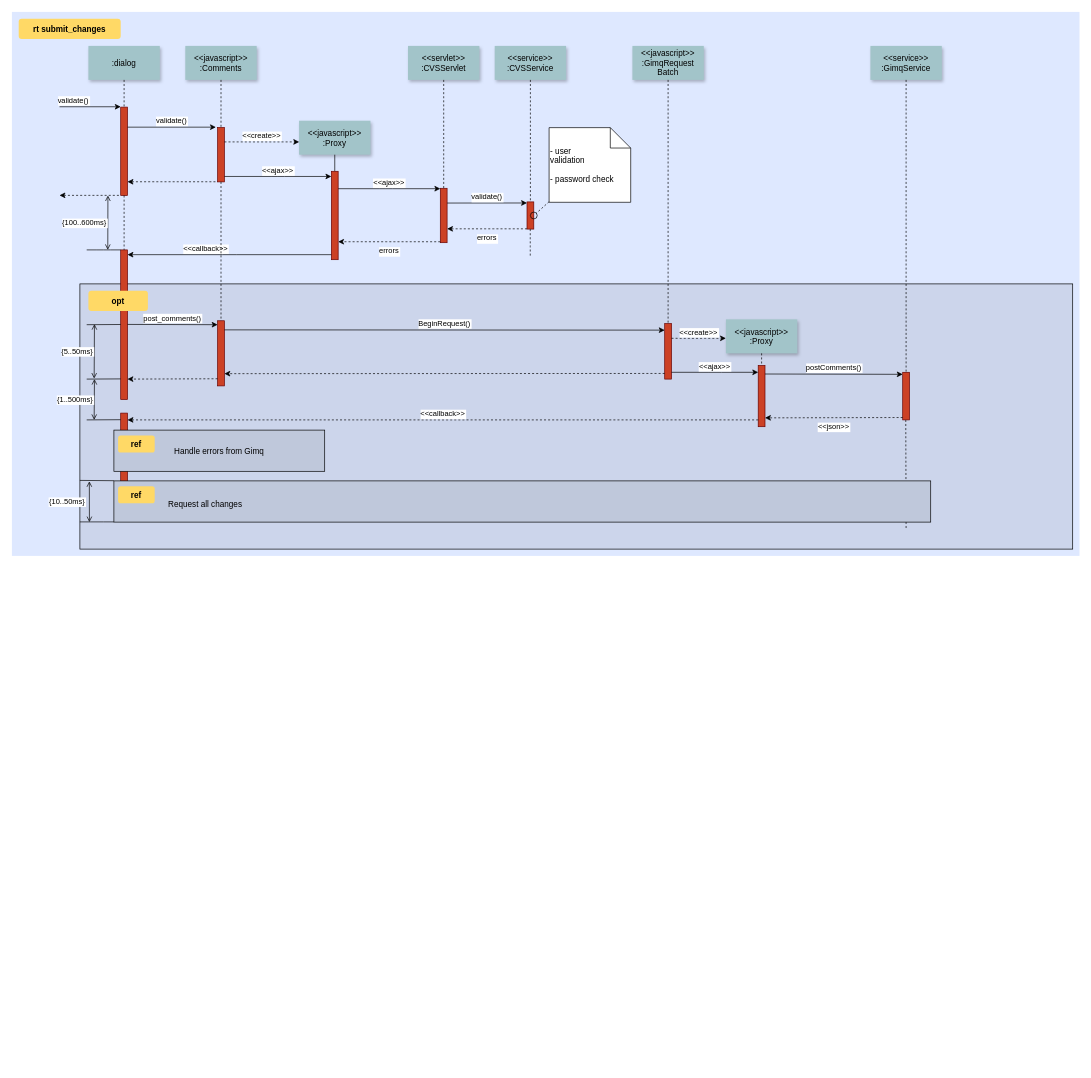
garciamsu/RL_Q-Learning_gamepong keeps this draw.io diagram as files/sources/Diagrama de secuencia de Q-Learning.drawio. Above is the earlier version. Source tidied: cells renumbered, new cells numbered last; positions are measured from the earlier drawing's top-left corner, leaving out a move shared by most shapes. Both pictures are drawn from the tidied source at 68%, with x=0, y=0 at pixel (12, 12).
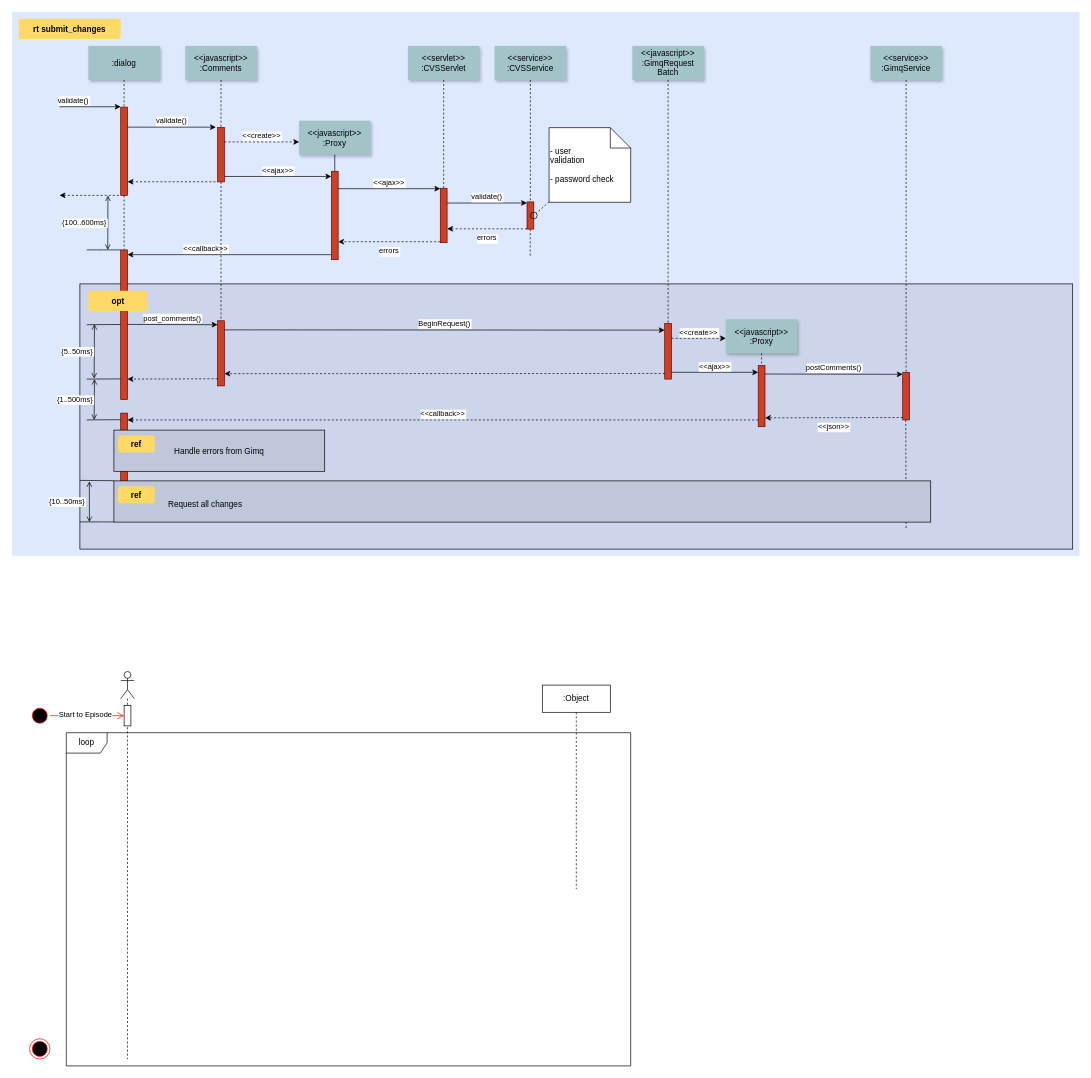
After the change.

Commit message:
modificacion del archivo fuente de draw.io

What changed in the source:
```diff
@@
+    <mxCell id="75" style="shape=umlLifeline;perimeter=lifelinePerimeter;whiteSpace=wrap;html=1;newEdgeStyle={&quot;curved&quot;:0,&quot;rounded&quot;:0};participant=umlActor;" parent="1" vertex="1">
+      <mxGeometry x="160" y="970" width="20" height="570" as="geometry" />
+    </mxCell>
+    <mxCell id="76" style="html=1;points=[[0,0,0,0,5],[0,1,0,0,-5],[1,0,0,0,5],[1,1,0,0,-5]];perimeter=orthogonalPerimeter;outlineConnect=0;targetShapes=umlLifeline;portConstraint=eastwest;newEdgeStyle={&quot;curved&quot;:0,&quot;rounded&quot;:0};" parent="75" vertex="1">
+      <mxGeometry x="5" y="50" width="10" height="30" as="geometry" />
+    </mxCell>
+    <mxCell id="77" value=":Object" style="shape=umlLifeline;perimeter=lifelinePerimeter;whiteSpace=wrap;html=1;newEdgeStyle={&quot;curved&quot;:0,&quot;rounded&quot;:0};" parent="1" vertex="1">
+      <mxGeometry x="780" y="990" width="100" height="300" as="geometry" />
+    </mxCell>
+    <mxCell id="78" value="loop" style="shape=umlFrame;whiteSpace=wrap;html=1;" parent="1" vertex="1">
+      <mxGeometry x="80" y="1060" width="830" height="490" as="geometry" />
+    </mxCell>
+    <mxCell id="79" style="ellipse;html=1;shape=endState;fillColor=#000000;strokeColor=#ff0000;" parent="1" vertex="1">
+      <mxGeometry x="26" y="1510" width="30" height="30" as="geometry" />
+    </mxCell>
+    <mxCell id="80" style="ellipse;html=1;shape=startState;fillColor=#000000;strokeColor=#ff0000;" parent="1" vertex="1">
+      <mxGeometry x="26" y="1020" width="30" height="30" as="geometry" />
+    </mxCell>
+    <mxCell id="81" style="edgeStyle=orthogonalEdgeStyle;html=1;verticalAlign=bottom;endArrow=open;endSize=8;strokeColor=#ff0000;rounded=0;" parent="1" edge="1" source="80" target="76">
+      <mxGeometry relative="1" as="geometry" />
+    </mxCell>
+    <mxCell id="82" value="Start to Episode" style="edgeLabel;html=1;align=center;verticalAlign=middle;" parent="81" vertex="1">
+      <mxGeometry x="-0.07" y="3" relative="1" as="geometry" />
+    </mxCell>
```
